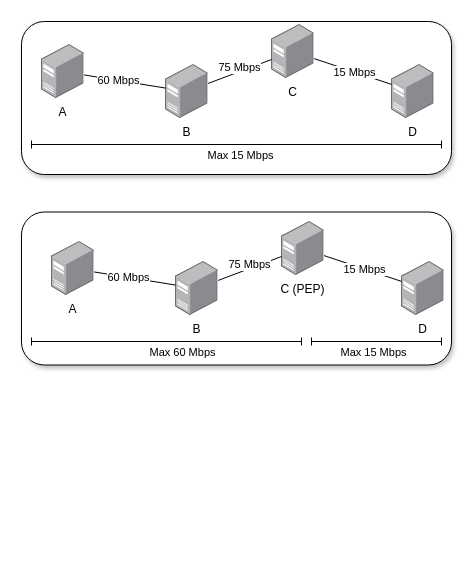
joexbayer/tcp-pep-for-5g keeps this draw.io diagram as diagrams/drawio/bandwidths.drawio. Above is the earlier version. Source tidied: cells renumbered, new cells numbered last; positions are measured from the earlier drawing's top-left corner, leaving out a move shared by most shapes. Both pictures are drawn from the tidied source at 100%, with x=0, y=0 at pixel (21, 21).
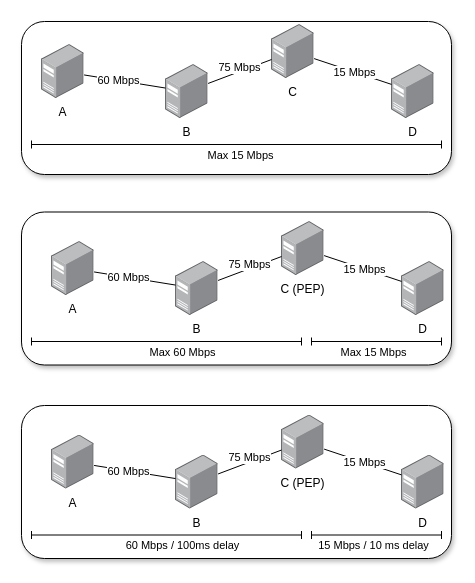
After the change.

Diff of the diagram source:
```diff
@@
+    <mxCell id="30" style="rounded=1;whiteSpace=wrap;html=1;shadow=1;" parent="1" vertex="1">
+      <mxGeometry y="384" width="430" height="153" as="geometry" />
+    </mxCell>
+    <mxCell id="31" value="B" style="image;points=[];html=1;align=center;shadow=0;dashed=0;image=img/lib/allied_telesis/computer_and_terminals/Server_Desktop.svg;" parent="1" vertex="1">
+      <mxGeometry x="154" y="433.5" width="42.6" height="54" as="geometry" />
+    </mxCell>
+    <mxCell id="32" value="C (PEP)" style="image;points=[];html=1;align=center;shadow=0;dashed=0;image=img/lib/allied_telesis/computer_and_terminals/Server_Desktop.svg;" parent="1" vertex="1">
+      <mxGeometry x="260" y="393.5" width="42.6" height="54" as="geometry" />
+    </mxCell>
+    <mxCell id="33" value="A" style="image;points=[];html=1;align=center;shadow=0;dashed=0;image=img/lib/allied_telesis/computer_and_terminals/Server_Desktop.svg;" parent="1" vertex="1">
+      <mxGeometry x="30" y="413.5" width="42.6" height="54" as="geometry" />
+    </mxCell>
+    <mxCell id="34" value="D" style="image;points=[];html=1;align=center;shadow=0;dashed=0;image=img/lib/allied_telesis/computer_and_terminals/Server_Desktop.svg;" parent="1" vertex="1">
+      <mxGeometry x="380" y="433.5" width="42.6" height="54" as="geometry" />
+    </mxCell>
+    <mxCell id="35" style="endArrow=none;html=1;rounded=0;" parent="1" edge="1" source="33" target="31">
+      <mxGeometry relative="1" as="geometry" />
+    </mxCell>
+    <mxCell id="36" value="60 Mbps" style="edgeLabel;html=1;align=center;verticalAlign=middle;" parent="35" vertex="1">
+      <mxGeometry x="-0.17" relative="1" as="geometry" />
+    </mxCell>
+    <mxCell id="37" style="endArrow=none;html=1;rounded=0;" parent="1" edge="1" source="31" target="32">
+      <mxGeometry relative="1" as="geometry" />
+    </mxCell>
+    <mxCell id="38" value="75 Mbps" style="edgeLabel;html=1;align=center;verticalAlign=middle;" parent="37" vertex="1">
+      <mxGeometry x="-0.18" y="-1" relative="1" as="geometry">
+        <mxPoint x="4" y="-8" as="offset" />
+      </mxGeometry>
+    </mxCell>
+    <mxCell id="39" style="endArrow=none;html=1;rounded=0;" parent="1" edge="1" source="32" target="34">
+      <mxGeometry relative="1" as="geometry" />
+    </mxCell>
+    <mxCell id="40" value="15 Mbps" style="edgeLabel;html=1;align=center;verticalAlign=middle;" parent="39" vertex="1">
+      <mxGeometry x="0.03" relative="1" as="geometry" />
+    </mxCell>
+    <mxCell id="41" style="endArrow=baseDash;html=1;rounded=0;startArrow=baseDash;startFill=0;endFill=0;" parent="1" edge="1">
+      <mxGeometry relative="1" as="geometry">
+        <mxPoint x="10" y="513.5" as="sourcePoint" />
+        <mxPoint x="280" y="513.5" as="targetPoint" />
+      </mxGeometry>
+    </mxCell>
+    <mxCell id="42" value="60 Mbps / 100ms delay" style="edgeLabel;html=1;align=center;verticalAlign=middle;" parent="41" vertex="1">
+      <mxGeometry x="-0.08" y="1" relative="1" as="geometry">
+        <mxPoint x="26" y="11" as="offset" />
+      </mxGeometry>
+    </mxCell>
+    <mxCell id="43" style="endArrow=baseDash;html=1;rounded=0;startArrow=baseDash;startFill=0;endFill=0;" parent="1" edge="1">
+      <mxGeometry relative="1" as="geometry">
+        <mxPoint x="290" y="513.5" as="sourcePoint" />
+        <mxPoint x="420" y="513.5" as="targetPoint" />
+      </mxGeometry>
+    </mxCell>
+    <mxCell id="44" value="15 Mbps / 10 ms delay" style="edgeLabel;html=1;align=center;verticalAlign=middle;" parent="43" vertex="1">
+      <mxGeometry x="-0.08" y="1" relative="1" as="geometry">
+        <mxPoint x="1" y="11" as="offset" />
+      </mxGeometry>
+    </mxCell>
```
